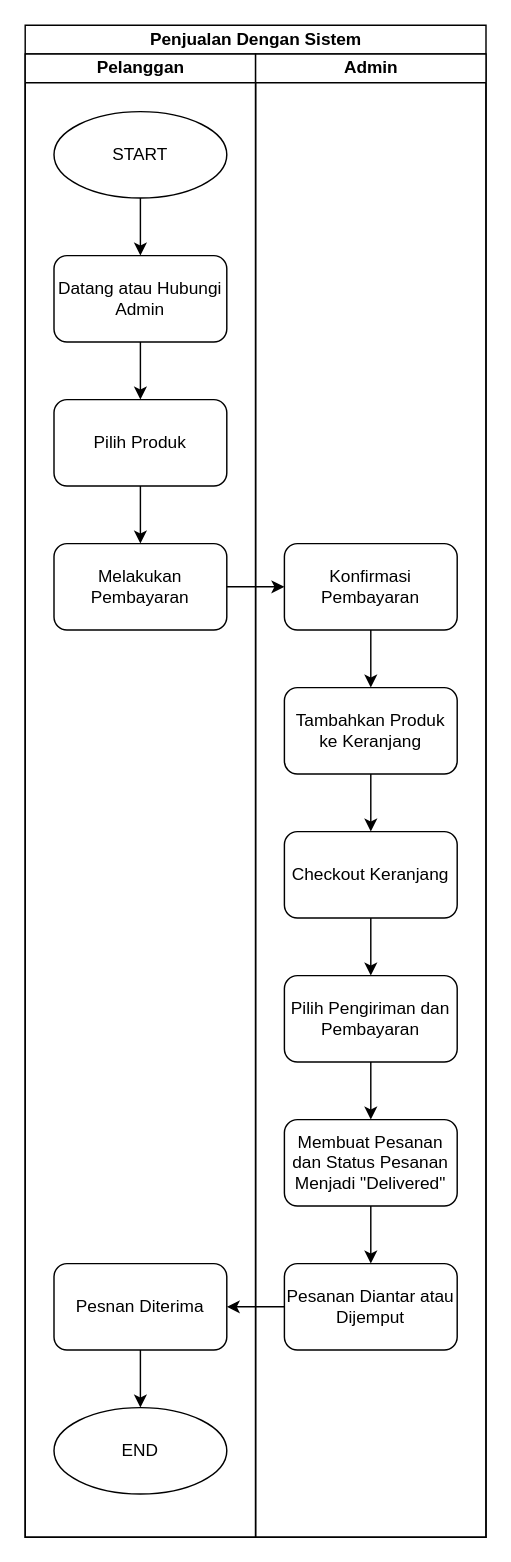
Earlier version of the draw.io diagram Activity - PenjualanTSKeripikIsal.drawio (xnoname2003/flowchart). Source tidied: cells renumbered, new cells numbered last; positions are measured from the earlier drawing's top-left corner, leaving out a move shared by most shapes. Both pictures are drawn from the tidied source at 144%, with x=0, y=0 at pixel (24, 24).
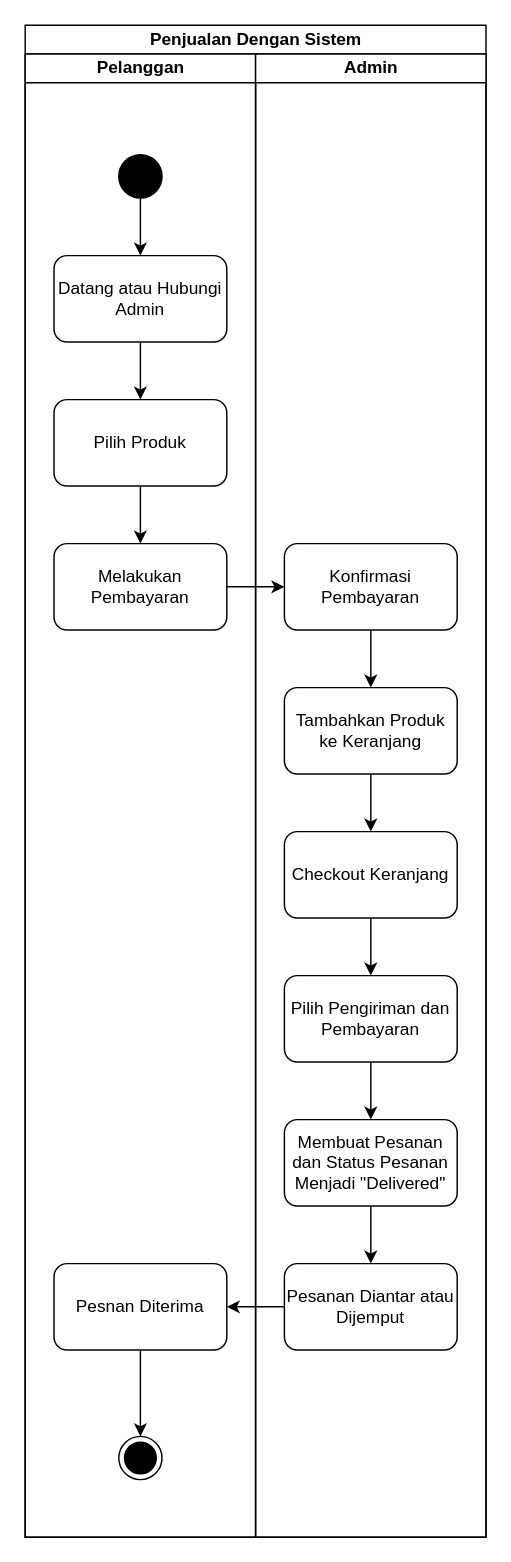
Above is the later version.

Unchanged cells that the change refers to:
```xml
<mxCell id="3" value="Pelanggan" style="swimlane;startSize=20;html=1;" parent="2" vertex="1">
  <mxGeometry y="20" width="160" height="1030" as="geometry" />
</mxCell>
<mxCell id="30" value="Datang atau Hubungi Admin" style="rounded=1;whiteSpace=wrap;html=1;" parent="3" vertex="1">
  <mxGeometry x="20" y="140" width="120" height="60" as="geometry" />
</mxCell>
<mxCell id="35" value="Pesnan Diterima" style="rounded=1;whiteSpace=wrap;html=1;" parent="3" vertex="1">
  <mxGeometry x="20" y="840" width="120" height="60" as="geometry" />
</mxCell>
```

The edit, as a diff of the source:
```diff
@@
-    <mxCell id="4" style="edgeStyle=orthogonalEdgeStyle;rounded=0;jettySize=auto;html=1;" parent="3" edge="1" source="5" target="30">
-      <mxGeometry relative="1" as="geometry" />
-    </mxCell>
-    <mxCell id="5" value="START" style="ellipse;whiteSpace=wrap;html=1;" parent="3" vertex="1">
-      <mxGeometry x="20" y="40" width="120" height="60" as="geometry" />
-    </mxCell>
@@
-    <mxCell id="34" style="edgeStyle=orthogonalEdgeStyle;rounded=0;jettySize=auto;html=1;" parent="3" edge="1" source="35" target="36">
-      <mxGeometry relative="1" as="geometry" />
-    </mxCell>
+    <mxCell id="60" style="edgeStyle=orthogonalEdgeStyle;rounded=0;jettySize=auto;html=1;" parent="3" edge="1" source="35" target="63">
+      <mxGeometry relative="1" as="geometry" />
+    </mxCell>
@@
-    <mxCell id="36" value="END" style="ellipse;whiteSpace=wrap;html=1;" parent="3" vertex="1">
-      <mxGeometry x="20" y="940" width="120" height="60" as="geometry" />
-    </mxCell>
+    <mxCell id="61" style="edgeStyle=orthogonalEdgeStyle;rounded=0;jettySize=auto;html=1;" parent="3" edge="1" source="62" target="30">
+      <mxGeometry relative="1" as="geometry" />
+    </mxCell>
+    <mxCell id="62" style="ellipse;fillColor=strokeColor;html=1;" parent="3" vertex="1">
+      <mxGeometry x="65" y="70" width="30" height="30" as="geometry" />
+    </mxCell>
+    <mxCell id="63" style="ellipse;html=1;shape=endState;fillColor=strokeColor;" parent="3" vertex="1">
+      <mxGeometry x="65" y="960" width="30" height="30" as="geometry" />
+    </mxCell>
```
